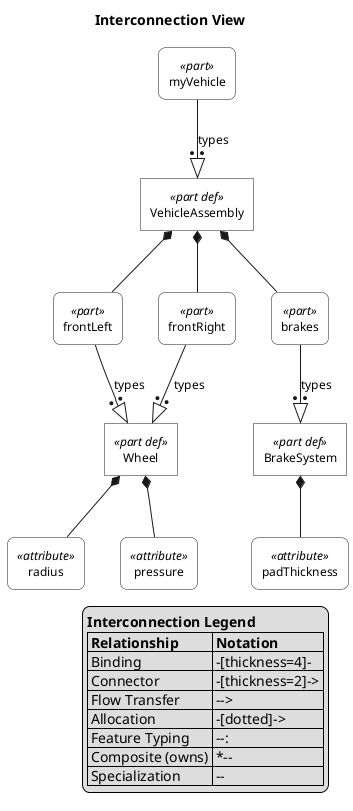
Above: docs/plantuml-examples/06-interconnection.png in mycr0ft/sysmlpy (PlantUML), before the change.
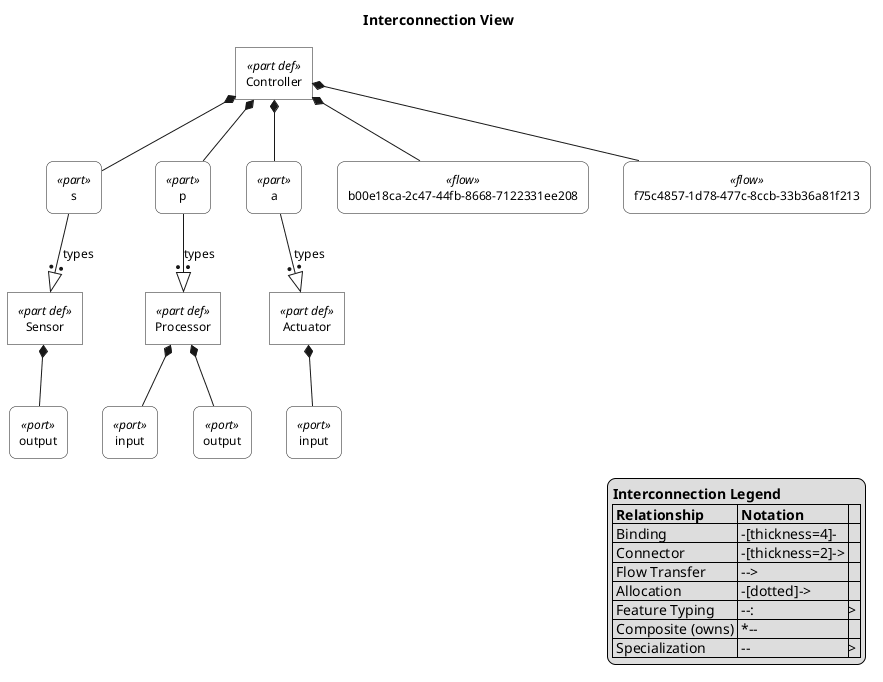
The same diagram one commit later.

The edit, as a diff of the source:
```diff
@@ -68,27 +68,32 @@
 
 hide circle
 
-rectangle "Wheel" as E1 <<part def>>
-rectangle "radius" as E2 <<attribute>>
-rectangle "pressure" as E3 <<attribute>>
-rectangle "BrakeSystem" as E4 <<part def>>
-rectangle "padThickness" as E5 <<attribute>>
-rectangle "VehicleAssembly" as E6 <<part def>>
-rectangle "frontLeft" as E7 <<part>>
-rectangle "frontRight" as E8 <<part>>
-rectangle "brakes" as E9 <<part>>
-rectangle "myVehicle" as E10 <<part>>
+rectangle "Sensor" as E1 <<part def>>
+rectangle "output" as E2 <<port>>
+rectangle "Processor" as E3 <<part def>>
+rectangle "input" as E4 <<port>>
+rectangle "output" as E5 <<port>>
+rectangle "Actuator" as E6 <<part def>>
+rectangle "input" as E7 <<port>>
+rectangle "Controller" as E8 <<part def>>
+rectangle "s" as E9 <<part>>
+rectangle "p" as E10 <<part>>
+rectangle "a" as E11 <<part>>
+rectangle "b00e18ca-2c47-44fb-8668-7122331ee208" as E12 <<flow>>
+rectangle "f75c4857-1d78-477c-8ccb-33b36a81f213" as E13 <<flow>>
 
 E1 *-- E2
-E1 *-- E3
-E4 *-- E5
+E3 *-- E4
+E3 *-- E5
 E6 *-- E7
-E7 --:|> E1 : types
-E6 *-- E8
-E8 --:|> E1 : types
-E6 *-- E9
-E9 --:|> E4 : types
-E10 --:|> E6 : types
+E8 *-- E9
+E9 --:|> E1 : types
+E8 *-- E10
+E10 --:|> E3 : types
+E8 *-- E11
+E11 --:|> E6 : types
+E8 *-- E12
+E8 *-- E13
 
 
 legend right
```
